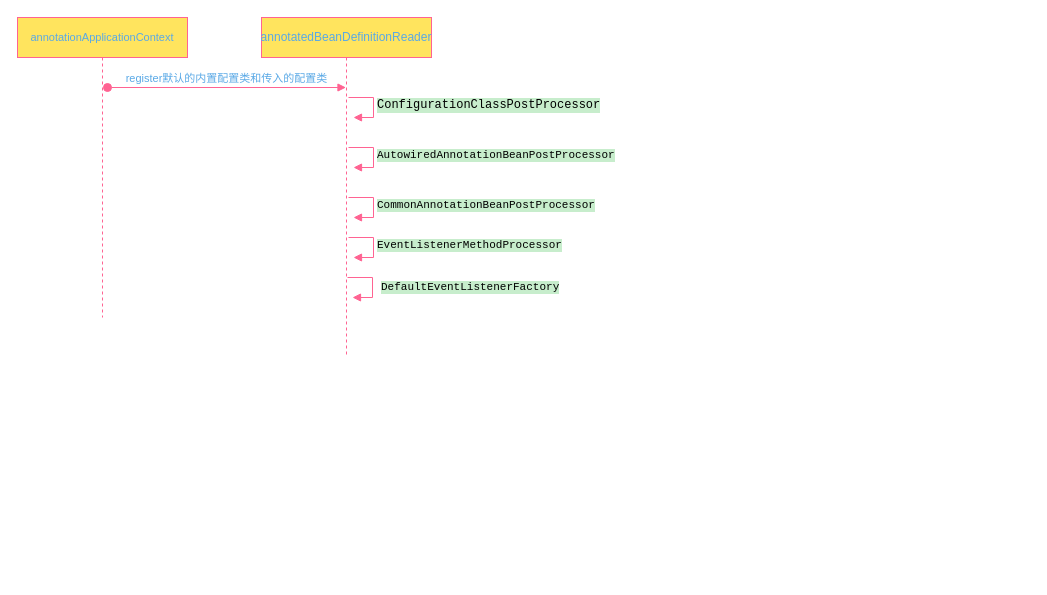
This is spring-时序图.drawio from qinhaohao1114/my-draw, a draw.io file, before an edit. Source tidied: cells renumbered, new cells numbered last; positions are measured from the earlier drawing's top-left corner, leaving out a move shared by most shapes. Both pictures are drawn from the tidied source at 100%, with x=0, y=0 at pixel (17, 17).
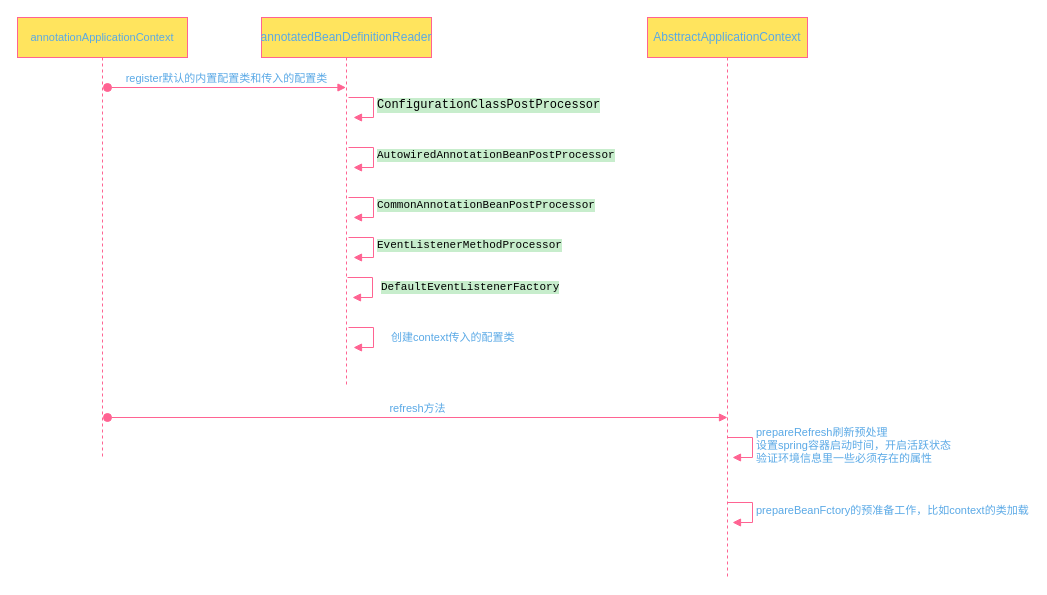
After the change.

Change to the diagram source:
```diff
@@
     <mxCell id="2" value="&lt;span style=&quot;font-size: 11px&quot;&gt;annotationApplicationContext&lt;/span&gt;" style="shape=umlLifeline;perimeter=lifelinePerimeter;whiteSpace=wrap;html=1;rounded=0;sketch=0;fillColor=#FFE45E;strokeColor=#FF6392;fontColor=#5AA9E6;" parent="1" vertex="1">
-      <mxGeometry width="170" height="300" as="geometry" />
+      <mxGeometry width="170" height="440" as="geometry" />
     </mxCell>
@@
     <mxCell id="4" value="annotatedBeanDefinitionReader" style="shape=umlLifeline;perimeter=lifelinePerimeter;whiteSpace=wrap;html=1;outlineConnect=0;rounded=0;sketch=0;strokeColor=#FF6392;fillColor=#FFE45E;fontColor=#5AA9E6;" parent="1" vertex="1">
-      <mxGeometry x="244" width="170" height="340" as="geometry" />
+      <mxGeometry x="244" width="170" height="370" as="geometry" />
     </mxCell>
@@
+    <mxCell id="10" value="创建context传入的配置类" style="edgeStyle=orthogonalEdgeStyle;html=1;align=left;spacingLeft=2;endArrow=block;rounded=0;entryX=1;entryY=0;strokeColor=#FF6392;fillColor=#FFE45E;fontColor=#5AA9E6;" parent="4" edge="1">
+      <mxGeometry x="0.38" y="-17" relative="1" as="geometry">
+        <mxPoint x="87" y="310" as="sourcePoint" />
+        <mxPoint x="92" y="330" as="targetPoint" />
+        <Array as="points">
+          <mxPoint x="112" y="310" />
+        </Array>
+        <mxPoint x="14" y="7" as="offset" />
+      </mxGeometry>
+    </mxCell>
@@
+    <mxCell id="11" value="AbsttractApplicationContext" style="shape=umlLifeline;perimeter=lifelinePerimeter;whiteSpace=wrap;html=1;rounded=0;sketch=0;strokeColor=#FF6392;fillColor=#FFE45E;fontColor=#5AA9E6;" parent="1" vertex="1">
+      <mxGeometry x="630" width="160" height="560" as="geometry" />
+    </mxCell>
+    <mxCell id="12" value="prepareRefresh刷新预处理&lt;br&gt;设置spring容器启动时间，开启活跃状态&lt;br&gt;验证环境信息里一些必须存在的属性" style="edgeStyle=orthogonalEdgeStyle;html=1;align=left;spacingLeft=2;endArrow=block;rounded=0;entryX=1;entryY=0;strokeColor=#FF6392;fillColor=#FFE45E;fontColor=#5AA9E6;" parent="11" edge="1">
+      <mxGeometry relative="1" as="geometry">
+        <mxPoint x="80" y="420" as="sourcePoint" />
+        <mxPoint x="85" y="440" as="targetPoint" />
+        <Array as="points">
+          <mxPoint x="105" y="420" />
+        </Array>
+      </mxGeometry>
+    </mxCell>
+    <mxCell id="13" value="prepareBeanFctory的预准备工作，比如context的类加载" style="edgeStyle=orthogonalEdgeStyle;html=1;align=left;spacingLeft=2;endArrow=block;rounded=0;entryX=1;entryY=0;strokeColor=#FF6392;fillColor=#FFE45E;fontColor=#5AA9E6;" parent="11" edge="1">
+      <mxGeometry relative="1" as="geometry">
+        <mxPoint x="80" y="485" as="sourcePoint" />
+        <mxPoint x="85" y="505" as="targetPoint" />
+        <Array as="points">
+          <mxPoint x="105" y="485" />
+        </Array>
+      </mxGeometry>
+    </mxCell>
+    <mxCell id="14" value="refresh方法" style="html=1;verticalAlign=bottom;startArrow=oval;startFill=1;endArrow=block;startSize=8;strokeColor=#FF6392;fillColor=#FFE45E;fontColor=#5AA9E6;" parent="1" edge="1">
+      <mxGeometry relative="1" as="geometry">
+        <mxPoint x="90" y="400" as="sourcePoint" />
+        <mxPoint x="710" y="400" as="targetPoint" />
+      </mxGeometry>
+    </mxCell>
```
